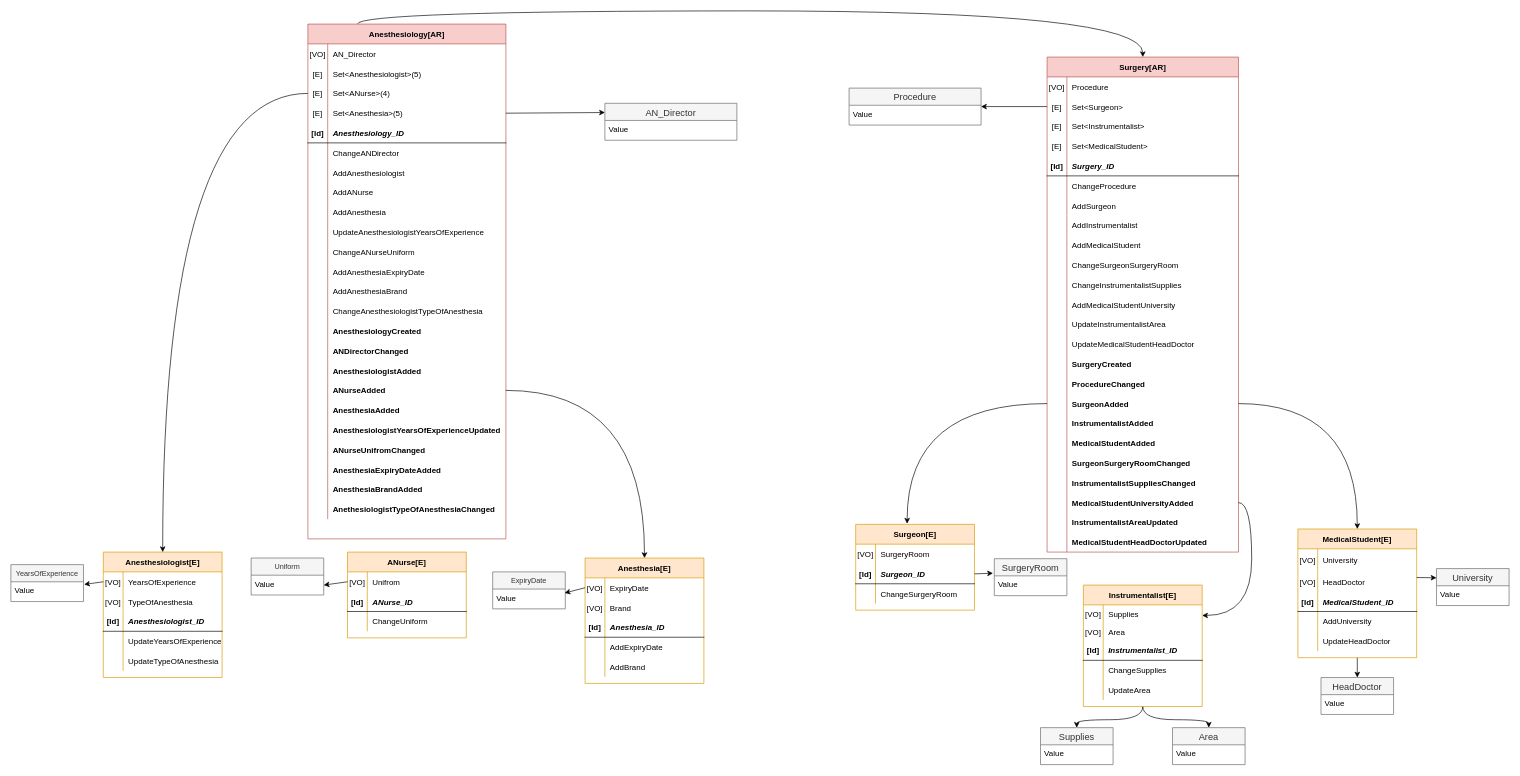
Earlier version of the draw.io diagram page "Model" (3 of 4) of model.drawio (shermaes/hospital-ddd). Source tidied: cells renumbered, new cells numbered last; positions are measured from the earlier drawing's top-left corner, leaving out a move shared by most shapes. Both pictures are drawn from the tidied source at 66%, with x=0, y=0 at pixel (11, 24).
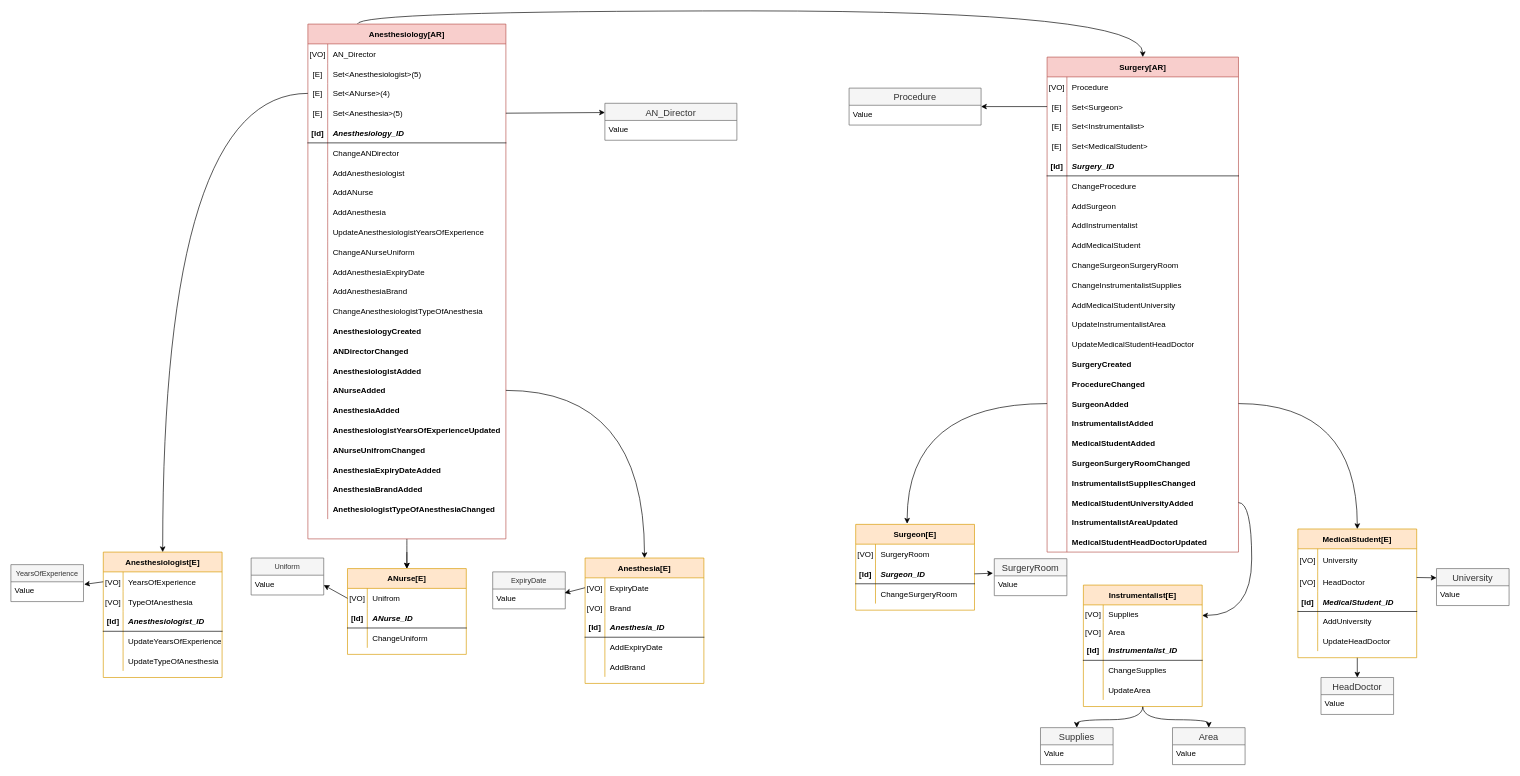
After the change.

The change refers to these unchanged cells:
```xml
<mxCell id="4" value="Anesthesiology[AR]" style="shape=table;startSize=30;childLayout=tableLayout;rowLines=0;fontStyle=1;align=center;fillColor=#f8cecc;strokeColor=#b85450;" parent="1" vertex="1">
  <mxGeometry x="450" width="300" height="780" as="geometry" />
</mxCell>
```

What changed in the source:
```diff
@@
+    <mxCell id="270" style="edgeStyle=orthogonalEdgeStyle;curved=1;rounded=0;jettySize=auto;html=1;exitX=0.5;exitY=1;exitDx=0;exitDy=0;entryX=0.5;entryY=0;entryDx=0;entryDy=0;fontSize=15;fontColor=#303030;" parent="1" edge="1" source="4" target="98">
+      <mxGeometry relative="1" as="geometry" />
+    </mxCell>
@@
     <mxCell id="98" value="ANurse[E]" style="shape=table;startSize=30;childLayout=tableLayout;rowLines=0;fontStyle=1;align=center;fillColor=#ffe6cc;strokeColor=#d79b00;" parent="1" vertex="1">
-      <mxGeometry x="510" y="800" width="180" height="130" as="geometry" />
+      <mxGeometry x="510" y="825" width="180" height="130" as="geometry" />
     </mxCell>
```
